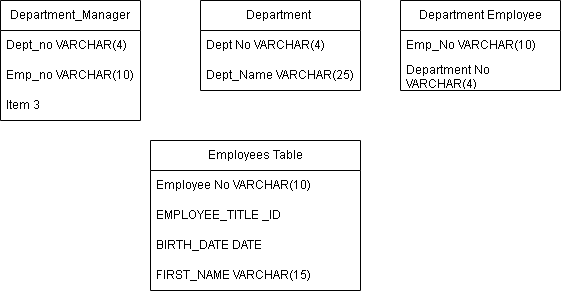
Above: Untitled Diagram.drawio.png in gv-priya/SQL-challenge (draw.io), before the change. Source tidied: cells renumbered, new cells last; positions are measured from the earlier drawing's top-left corner, leaving out a move shared by most shapes. Its diagram source:
```xml
<mxGraphModel>
  <root>
    <mxCell id="0" />
    <mxCell id="1" parent="0" />
    <mxCell id="2" value="Department_Manager" style="swimlane;fontStyle=0;horizontal=1;startSize=30;whiteSpace=wrap;html=1;" parent="1" vertex="1">
      <mxGeometry width="140" height="120" as="geometry" />
    </mxCell>
    <mxCell id="3" value="Dept_no VARCHAR(4)" style="text;strokeColor=none;fillColor=none;align=left;verticalAlign=middle;spacingLeft=4;spacingRight=4;overflow=hidden;whiteSpace=wrap;html=1;" parent="2" vertex="1">
      <mxGeometry y="30" width="140" height="30" as="geometry" />
    </mxCell>
    <mxCell id="4" value="Emp_no VARCHAR(10)" style="text;strokeColor=none;fillColor=none;align=left;verticalAlign=middle;spacingLeft=4;spacingRight=4;overflow=hidden;whiteSpace=wrap;html=1;" parent="2" vertex="1">
      <mxGeometry y="60" width="140" height="30" as="geometry" />
    </mxCell>
    <mxCell id="5" value="Item 3" style="text;strokeColor=none;fillColor=none;align=left;verticalAlign=middle;spacingLeft=4;spacingRight=4;overflow=hidden;whiteSpace=wrap;html=1;" parent="2" vertex="1">
      <mxGeometry y="90" width="140" height="30" as="geometry" />
    </mxCell>
    <mxCell id="6" value="Department&amp;nbsp;" style="swimlane;fontStyle=0;horizontal=1;startSize=30;whiteSpace=wrap;html=1;" parent="1" vertex="1">
      <mxGeometry x="200" width="160" height="90" as="geometry" />
    </mxCell>
    <mxCell id="7" value="Dept No VARCHAR(4)" style="text;strokeColor=none;fillColor=none;align=left;verticalAlign=middle;spacingLeft=4;spacingRight=4;overflow=hidden;whiteSpace=wrap;html=1;" parent="6" vertex="1">
      <mxGeometry y="30" width="160" height="30" as="geometry" />
    </mxCell>
    <mxCell id="8" value="Dept_Name VARCHAR(25)" style="text;strokeColor=none;fillColor=none;align=left;verticalAlign=middle;spacingLeft=4;spacingRight=4;overflow=hidden;whiteSpace=wrap;html=1;" parent="6" vertex="1">
      <mxGeometry y="60" width="160" height="30" as="geometry" />
    </mxCell>
    <mxCell id="9" value="Department Employee" style="swimlane;fontStyle=0;horizontal=1;startSize=30;whiteSpace=wrap;html=1;" parent="1" vertex="1">
      <mxGeometry x="400" width="160" height="90" as="geometry" />
    </mxCell>
    <mxCell id="10" value="Emp_No VARCHAR(10)" style="text;strokeColor=none;fillColor=none;align=left;verticalAlign=middle;spacingLeft=4;spacingRight=4;overflow=hidden;whiteSpace=wrap;html=1;" parent="9" vertex="1">
      <mxGeometry y="30" width="160" height="30" as="geometry" />
    </mxCell>
    <mxCell id="11" value="Department No VARCHAR(4)" style="text;strokeColor=none;fillColor=none;align=left;verticalAlign=middle;spacingLeft=4;spacingRight=4;overflow=hidden;whiteSpace=wrap;html=1;" parent="9" vertex="1">
      <mxGeometry y="60" width="160" height="30" as="geometry" />
    </mxCell>
    <mxCell id="12" value="Employees Table" style="swimlane;fontStyle=0;horizontal=1;startSize=30;whiteSpace=wrap;html=1;" parent="1" vertex="1">
      <mxGeometry x="150" y="140" width="210" height="150" as="geometry" />
    </mxCell>
    <mxCell id="13" value="Employee No VARCHAR(10)" style="text;strokeColor=none;fillColor=none;align=left;verticalAlign=middle;spacingLeft=4;spacingRight=4;overflow=hidden;whiteSpace=wrap;html=1;" parent="12" vertex="1">
      <mxGeometry y="30" width="210" height="30" as="geometry" />
    </mxCell>
    <mxCell id="14" value="EMPLOYEE_TITLE _ID" style="text;strokeColor=none;fillColor=none;align=left;verticalAlign=middle;spacingLeft=4;spacingRight=4;overflow=hidden;whiteSpace=wrap;html=1;" parent="12" vertex="1">
      <mxGeometry y="60" width="210" height="30" as="geometry" />
    </mxCell>
    <mxCell id="15" value="BIRTH_DATE DATE" style="text;strokeColor=none;fillColor=none;align=left;verticalAlign=middle;spacingLeft=4;spacingRight=4;overflow=hidden;whiteSpace=wrap;html=1;" parent="12" vertex="1">
      <mxGeometry y="90" width="210" height="30" as="geometry" />
    </mxCell>
    <mxCell id="16" value="FIRST_NAME VARCHAR(15)" style="text;strokeColor=none;fillColor=none;align=left;verticalAlign=middle;spacingLeft=4;spacingRight=4;overflow=hidden;whiteSpace=wrap;html=1;" parent="12" vertex="1">
      <mxGeometry y="120" width="210" height="30" as="geometry" />
    </mxCell>
  </root>
</mxGraphModel>
```
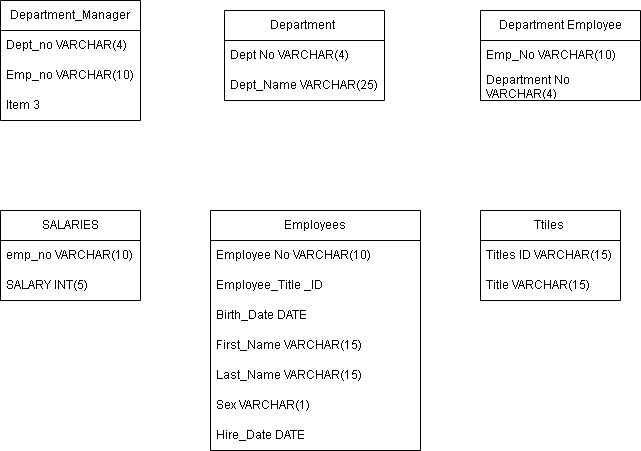
After the commit.

What changed in the source:
```diff
@@ -3,7 +3,7 @@
     <mxCell id="0" />
     <mxCell id="1" parent="0" />
     <mxCell id="2" value="Department_Manager" style="swimlane;fontStyle=0;horizontal=1;startSize=30;whiteSpace=wrap;html=1;" parent="1" vertex="1">
-      <mxGeometry width="140" height="120" as="geometry" />
+      <mxGeometry x="-80" y="-80" width="140" height="120" as="geometry" />
     </mxCell>
     <mxCell id="3" value="Dept_no VARCHAR(4)" style="text;strokeColor=none;fillColor=none;align=left;verticalAlign=middle;spacingLeft=4;spacingRight=4;overflow=hidden;whiteSpace=wrap;html=1;" parent="2" vertex="1">
       <mxGeometry y="30" width="140" height="30" as="geometry" />
@@ -15,7 +15,7 @@
       <mxGeometry y="90" width="140" height="30" as="geometry" />
     </mxCell>
     <mxCell id="6" value="Department&amp;nbsp;" style="swimlane;fontStyle=0;horizontal=1;startSize=30;whiteSpace=wrap;html=1;" parent="1" vertex="1">
-      <mxGeometry x="200" width="160" height="90" as="geometry" />
+      <mxGeometry x="144" y="-70" width="160" height="90" as="geometry" />
     </mxCell>
     <mxCell id="7" value="Dept No VARCHAR(4)" style="text;strokeColor=none;fillColor=none;align=left;verticalAlign=middle;spacingLeft=4;spacingRight=4;overflow=hidden;whiteSpace=wrap;html=1;" parent="6" vertex="1">
       <mxGeometry y="30" width="160" height="30" as="geometry" />
@@ -24,7 +24,7 @@
       <mxGeometry y="60" width="160" height="30" as="geometry" />
     </mxCell>
     <mxCell id="9" value="Department Employee" style="swimlane;fontStyle=0;horizontal=1;startSize=30;whiteSpace=wrap;html=1;" parent="1" vertex="1">
-      <mxGeometry x="400" width="160" height="90" as="geometry" />
+      <mxGeometry x="400" y="-70" width="160" height="90" as="geometry" />
     </mxCell>
     <mxCell id="10" value="Emp_No VARCHAR(10)" style="text;strokeColor=none;fillColor=none;align=left;verticalAlign=middle;spacingLeft=4;spacingRight=4;overflow=hidden;whiteSpace=wrap;html=1;" parent="9" vertex="1">
       <mxGeometry y="30" width="160" height="30" as="geometry" />
@@ -32,20 +32,47 @@
     <mxCell id="11" value="Department No VARCHAR(4)" style="text;strokeColor=none;fillColor=none;align=left;verticalAlign=middle;spacingLeft=4;spacingRight=4;overflow=hidden;whiteSpace=wrap;html=1;" parent="9" vertex="1">
       <mxGeometry y="60" width="160" height="30" as="geometry" />
     </mxCell>
-    <mxCell id="12" value="Employees Table" style="swimlane;fontStyle=0;horizontal=1;startSize=30;whiteSpace=wrap;html=1;" parent="1" vertex="1">
-      <mxGeometry x="150" y="140" width="210" height="150" as="geometry" />
+    <mxCell id="12" value="Employees" style="swimlane;fontStyle=0;horizontal=1;startSize=30;whiteSpace=wrap;html=1;" parent="1" vertex="1">
+      <mxGeometry x="130" y="130" width="210" height="240" as="geometry" />
     </mxCell>
     <mxCell id="13" value="Employee No VARCHAR(10)" style="text;strokeColor=none;fillColor=none;align=left;verticalAlign=middle;spacingLeft=4;spacingRight=4;overflow=hidden;whiteSpace=wrap;html=1;" parent="12" vertex="1">
       <mxGeometry y="30" width="210" height="30" as="geometry" />
     </mxCell>
-    <mxCell id="14" value="EMPLOYEE_TITLE _ID" style="text;strokeColor=none;fillColor=none;align=left;verticalAlign=middle;spacingLeft=4;spacingRight=4;overflow=hidden;whiteSpace=wrap;html=1;" parent="12" vertex="1">
+    <mxCell id="14" value="Employee_Title _ID" style="text;strokeColor=none;fillColor=none;align=left;verticalAlign=middle;spacingLeft=4;spacingRight=4;overflow=hidden;whiteSpace=wrap;html=1;" parent="12" vertex="1">
       <mxGeometry y="60" width="210" height="30" as="geometry" />
     </mxCell>
-    <mxCell id="15" value="BIRTH_DATE DATE" style="text;strokeColor=none;fillColor=none;align=left;verticalAlign=middle;spacingLeft=4;spacingRight=4;overflow=hidden;whiteSpace=wrap;html=1;" parent="12" vertex="1">
+    <mxCell id="15" value="Birth_Date DATE" style="text;strokeColor=none;fillColor=none;align=left;verticalAlign=middle;spacingLeft=4;spacingRight=4;overflow=hidden;whiteSpace=wrap;html=1;" parent="12" vertex="1">
       <mxGeometry y="90" width="210" height="30" as="geometry" />
     </mxCell>
-    <mxCell id="16" value="FIRST_NAME VARCHAR(15)" style="text;strokeColor=none;fillColor=none;align=left;verticalAlign=middle;spacingLeft=4;spacingRight=4;overflow=hidden;whiteSpace=wrap;html=1;" parent="12" vertex="1">
+    <mxCell id="16" value="First_Name VARCHAR(15)" style="text;strokeColor=none;fillColor=none;align=left;verticalAlign=middle;spacingLeft=4;spacingRight=4;overflow=hidden;whiteSpace=wrap;html=1;" parent="12" vertex="1">
       <mxGeometry y="120" width="210" height="30" as="geometry" />
     </mxCell>
+    <mxCell id="17" value="Last_Name VARCHAR(15)" style="text;strokeColor=none;fillColor=none;align=left;verticalAlign=middle;spacingLeft=4;spacingRight=4;overflow=hidden;whiteSpace=wrap;html=1;" parent="12" vertex="1">
+      <mxGeometry y="150" width="210" height="30" as="geometry" />
+    </mxCell>
+    <mxCell id="18" value="Sex VARCHAR(1)" style="text;strokeColor=none;fillColor=none;align=left;verticalAlign=middle;spacingLeft=4;spacingRight=4;overflow=hidden;whiteSpace=wrap;html=1;" parent="12" vertex="1">
+      <mxGeometry y="180" width="210" height="30" as="geometry" />
+    </mxCell>
+    <mxCell id="19" value="Hire_Date DATE" style="text;strokeColor=none;fillColor=none;align=left;verticalAlign=middle;spacingLeft=4;spacingRight=4;overflow=hidden;whiteSpace=wrap;html=1;" parent="12" vertex="1">
+      <mxGeometry y="210" width="210" height="30" as="geometry" />
+    </mxCell>
+    <mxCell id="20" value="Ttiles&amp;nbsp;" style="swimlane;fontStyle=0;horizontal=1;startSize=30;whiteSpace=wrap;html=1;" parent="1" vertex="1">
+      <mxGeometry x="400" y="130" width="140" height="90" as="geometry" />
+    </mxCell>
+    <mxCell id="21" value="Titles ID VARCHAR(15)" style="text;strokeColor=none;fillColor=none;align=left;verticalAlign=middle;spacingLeft=4;spacingRight=4;overflow=hidden;whiteSpace=wrap;html=1;" parent="20" vertex="1">
+      <mxGeometry y="30" width="140" height="30" as="geometry" />
+    </mxCell>
+    <mxCell id="22" value="Title VARCHAR(15)" style="text;strokeColor=none;fillColor=none;align=left;verticalAlign=middle;spacingLeft=4;spacingRight=4;overflow=hidden;whiteSpace=wrap;html=1;" parent="20" vertex="1">
+      <mxGeometry y="60" width="140" height="30" as="geometry" />
+    </mxCell>
+    <mxCell id="23" value="SALARIES" style="swimlane;fontStyle=0;horizontal=1;startSize=30;whiteSpace=wrap;html=1;" parent="1" vertex="1">
+      <mxGeometry x="-80" y="130" width="140" height="90" as="geometry" />
+    </mxCell>
+    <mxCell id="24" value="emp_no VARCHAR(10)" style="text;strokeColor=none;fillColor=none;align=left;verticalAlign=middle;spacingLeft=4;spacingRight=4;overflow=hidden;whiteSpace=wrap;html=1;" parent="23" vertex="1">
+      <mxGeometry y="30" width="140" height="30" as="geometry" />
+    </mxCell>
+    <mxCell id="25" value="SALARY INT(5)" style="text;strokeColor=none;fillColor=none;align=left;verticalAlign=middle;spacingLeft=4;spacingRight=4;overflow=hidden;whiteSpace=wrap;html=1;" parent="23" vertex="1">
+      <mxGeometry y="60" width="140" height="30" as="geometry" />
+    </mxCell>
   </root>
 </mxGraphModel>
```
